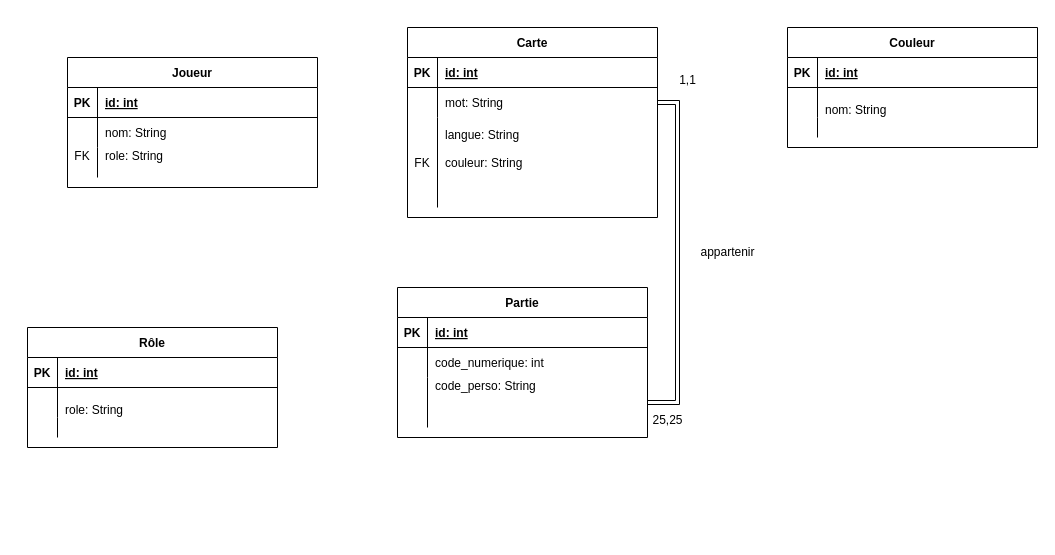
The draw.io diagram Diagramme_PolyNames.drawio in mateohubert2/PolyNames, before the edit. Source tidied: cells renumbered, new cells numbered last; positions are measured from the earlier drawing's top-left corner, leaving out a move shared by most shapes. Both pictures are drawn from the tidied source at 100%, with x=0, y=0 at pixel (27, 27).
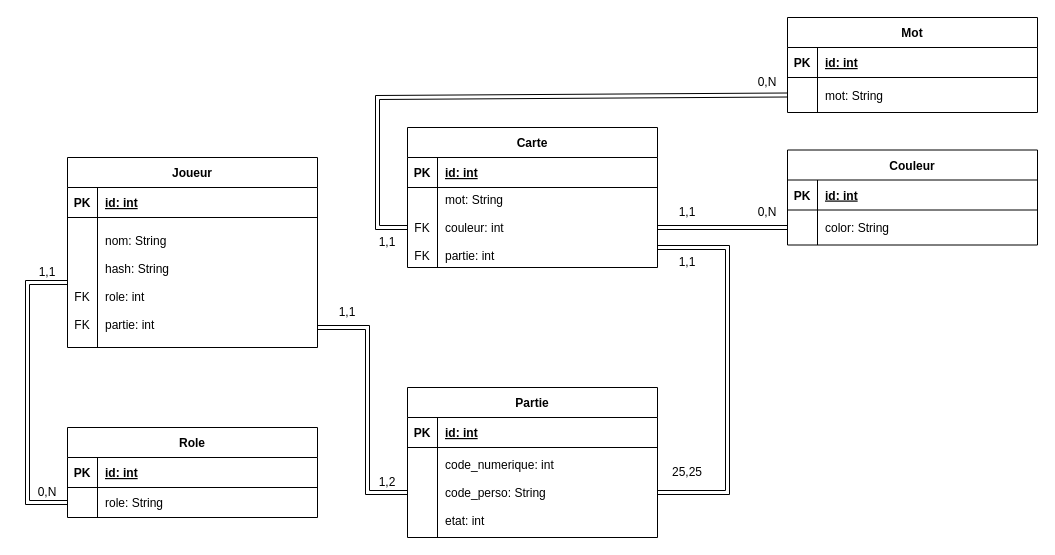
Above is the later version.

Commit message:
Modification Diagramme drawio

Unchanged cells that the change refers to:
```xml
<mxCell id="50" style="shape=partialRectangle;fillColor=none;points=[[0,0.5],[1,0.5]];portConstraint=eastwest;top=0;left=0;right=0;bottom=0;" parent="46" vertex="1">
  <mxGeometry y="60" width="250" height="30" as="geometry" />
</mxCell>
```

Diff of the diagram source:
```diff
@@
     <mxCell id="2" value="Carte" style="shape=table;startSize=30;childLayout=tableLayout;rowLines=0;fontStyle=1;align=center;" parent="1" vertex="1">
-      <mxGeometry x="380" width="250" height="190" as="geometry" />
+      <mxGeometry x="380" y="100" width="250" height="140" as="geometry" />
     </mxCell>
@@
     <mxCell id="6" style="shape=partialRectangle;fillColor=none;points=[[0,0.5],[1,0.5]];portConstraint=eastwest;top=0;left=0;right=0;bottom=0;" parent="2" vertex="1">
-      <mxGeometry y="60" width="250" height="30" as="geometry" />
+      <mxGeometry y="60" width="250" height="80" as="geometry" />
     </mxCell>
-    <mxCell id="7" style="shape=partialRectangle;overflow=hidden;fillColor=none;top=0;left=0;bottom=0;right=0;" parent="6" vertex="1">
-      <mxGeometry width="30" height="30" as="geometry" />
+    <mxCell id="7" value="&#10;&#10;FK&#10;&#10;FK" style="shape=partialRectangle;overflow=hidden;fillColor=none;top=0;left=0;bottom=0;right=0;" parent="6" vertex="1">
+      <mxGeometry width="30" height="80" as="geometry" />
     </mxCell>
-    <mxCell id="8" value="mot: String" style="shape=partialRectangle;overflow=hidden;fillColor=none;top=0;left=0;bottom=0;right=0;align=left;spacingLeft=6;" parent="6" vertex="1">
-      <mxGeometry x="30" width="220" height="30" as="geometry" />
+    <mxCell id="8" value="mot: String&#10;&#10;couleur: int&#10;&#10;partie: int" style="shape=partialRectangle;overflow=hidden;fillColor=none;top=0;left=0;bottom=0;right=0;align=left;spacingLeft=6;" parent="6" vertex="1">
+      <mxGeometry x="30" width="220" height="80" as="geometry" />
     </mxCell>
-    <mxCell id="9" style="shape=partialRectangle;fillColor=none;top=0;left=0;right=0;bottom=0;" parent="2" vertex="1">
-      <mxGeometry y="90" width="250" height="90" as="geometry" />
-    </mxCell>
-    <mxCell id="10" value="FK" style="shape=partialRectangle;overflow=hidden;fillColor=none;top=0;left=0;bottom=0;right=0;" parent="9" vertex="1">
-      <mxGeometry width="30" height="90" as="geometry" />
-    </mxCell>
-    <mxCell id="11" value="langue: String&#10;&#10;couleur: String&#10;&#10;" style="shape=partialRectangle;overflow=hidden;fillColor=none;top=0;left=0;bottom=0;right=0;align=left;spacingLeft=6;" parent="9" vertex="1">
-      <mxGeometry x="30" width="220" height="90" as="geometry" />
-    </mxCell>
     <mxCell id="12" value="Partie" style="shape=table;startSize=30;childLayout=tableLayout;rowLines=0;fontStyle=1;align=center;" parent="1" vertex="1">
-      <mxGeometry x="370" y="260" width="250" height="150" as="geometry" />
+      <mxGeometry x="380" y="360" width="250" height="150" as="geometry" />
     </mxCell>
@@
     <mxCell id="16" style="shape=partialRectangle;fillColor=none;points=[[0,0.5],[1,0.5]];portConstraint=eastwest;top=0;left=0;right=0;bottom=0;" parent="12" vertex="1">
-      <mxGeometry y="60" width="250" height="30" as="geometry" />
+      <mxGeometry y="60" width="250" height="90" as="geometry" />
     </mxCell>
     <mxCell id="17" style="shape=partialRectangle;overflow=hidden;fillColor=none;top=0;left=0;bottom=0;right=0;" parent="16" vertex="1">
-      <mxGeometry width="30" height="30" as="geometry" />
+      <mxGeometry width="30" height="90" as="geometry" />
     </mxCell>
-    <mxCell id="18" value="code_numerique: int" style="shape=partialRectangle;overflow=hidden;fillColor=none;top=0;left=0;bottom=0;right=0;align=left;spacingLeft=6;" parent="16" vertex="1">
-      <mxGeometry x="30" width="220" height="30" as="geometry" />
+    <mxCell id="18" value="code_numerique: int&#10;&#10;code_perso: String&#10;&#10;etat: int" style="shape=partialRectangle;overflow=hidden;fillColor=none;top=0;left=0;bottom=0;right=0;align=left;spacingLeft=6;" parent="16" vertex="1">
+      <mxGeometry x="30" width="220" height="90" as="geometry" />
     </mxCell>
-    <mxCell id="19" style="shape=partialRectangle;fillColor=none;points=[[0,0.5],[1,0.5]];portConstraint=eastwest;top=0;left=0;right=0;bottom=0;" parent="12" vertex="1">
-      <mxGeometry y="90" width="250" height="50" as="geometry" />
-    </mxCell>
-    <mxCell id="20" style="shape=partialRectangle;overflow=hidden;fillColor=none;top=0;left=0;bottom=0;right=0;" parent="19" vertex="1">
-      <mxGeometry width="30" height="50" as="geometry" />
-    </mxCell>
-    <mxCell id="21" value="code_perso: String&#10;&#10;&#10;&#10;&#10;" style="shape=partialRectangle;overflow=hidden;fillColor=none;top=0;left=0;bottom=0;right=0;align=left;spacingLeft=6;" parent="19" vertex="1">
-      <mxGeometry x="30" width="220" height="50" as="geometry" />
-    </mxCell>
     <mxCell id="22" value="Joueur" style="shape=table;startSize=30;childLayout=tableLayout;rowLines=0;fontStyle=1;align=center;" parent="1" vertex="1">
-      <mxGeometry x="40" y="30" width="250" height="130" as="geometry" />
+      <mxGeometry x="40" y="130" width="250" height="190" as="geometry" />
     </mxCell>
@@
     <mxCell id="26" style="shape=partialRectangle;fillColor=none;points=[[0,0.5],[1,0.5]];portConstraint=eastwest;top=0;left=0;right=0;bottom=0;" parent="22" vertex="1">
-      <mxGeometry y="60" width="250" height="30" as="geometry" />
+      <mxGeometry y="60" width="250" height="130" as="geometry" />
     </mxCell>
-    <mxCell id="27" style="shape=partialRectangle;overflow=hidden;fillColor=none;top=0;left=0;bottom=0;right=0;" parent="26" vertex="1">
-      <mxGeometry width="30" height="30" as="geometry" />
+    <mxCell id="27" value="&#10;&#10;&#10;&#10;FK&#10;&#10;FK" style="shape=partialRectangle;overflow=hidden;fillColor=none;top=0;left=0;bottom=0;right=0;" parent="26" vertex="1">
+      <mxGeometry width="30" height="130" as="geometry" />
     </mxCell>
-    <mxCell id="28" value="nom: String" style="shape=partialRectangle;overflow=hidden;fillColor=none;top=0;left=0;bottom=0;right=0;align=left;spacingLeft=6;" parent="26" vertex="1">
-      <mxGeometry x="30" width="220" height="30" as="geometry" />
+    <mxCell id="28" value="nom: String&#10;&#10;hash: String&#10;&#10;role: int&#10;&#10;partie: int" style="shape=partialRectangle;overflow=hidden;fillColor=none;top=0;left=0;bottom=0;right=0;align=left;spacingLeft=6;" parent="26" vertex="1">
+      <mxGeometry x="30" width="220" height="130" as="geometry" />
     </mxCell>
-    <mxCell id="29" style="shape=partialRectangle;fillColor=none;top=0;left=0;right=0;bottom=0;" parent="22" vertex="1">
-      <mxGeometry y="90" width="250" height="30" as="geometry" />
-    </mxCell>
-    <mxCell id="30" value="FK&#10;&#10;" style="shape=partialRectangle;overflow=hidden;fillColor=none;top=0;left=0;bottom=0;right=0;" parent="29" vertex="1">
-      <mxGeometry width="30" height="30" as="geometry" />
-    </mxCell>
-    <mxCell id="31" value="role: String&#10;&#10;" style="shape=partialRectangle;overflow=hidden;fillColor=none;top=0;left=0;bottom=0;right=0;align=left;spacingLeft=6;" parent="29" vertex="1">
-      <mxGeometry x="30" width="220" height="30" as="geometry" />
-    </mxCell>
-    <mxCell id="32" style="rounded=0;jettySize=auto;html=1;exitX=1;exitY=0.5;exitDx=0;exitDy=0;entryX=1;entryY=0.5;entryDx=0;entryDy=0;strokeColor=default;edgeStyle=orthogonalEdgeStyle;shape=link;endSize=6;startSize=6;" parent="1" edge="1" source="6" target="19">
-      <mxGeometry relative="1" as="geometry" />
-    </mxCell>
-    <mxCell id="33" value="1,1" style="text;html=1;align=center;verticalAlign=middle;strokeColor=none;fillColor=none;" parent="1" vertex="1">
-      <mxGeometry x="640" y="38" width="40" height="30" as="geometry" />
-    </mxCell>
-    <mxCell id="34" value="25,25" style="text;html=1;align=center;verticalAlign=middle;strokeColor=none;fillColor=none;" parent="1" vertex="1">
-      <mxGeometry x="615" y="378" width="50" height="30" as="geometry" />
-    </mxCell>
-    <mxCell id="35" value="appartenir" style="text;html=1;align=center;verticalAlign=middle;strokeColor=none;fillColor=none;" parent="1" vertex="1">
-      <mxGeometry x="660" y="210" width="80" height="30" as="geometry" />
-    </mxCell>
-    <mxCell id="36" value="Couleur" style="shape=table;startSize=30;childLayout=tableLayout;rowLines=0;fontStyle=1;align=center;" parent="1" vertex="1">
-      <mxGeometry x="760" width="250" height="120" as="geometry" />
-    </mxCell>
-    <mxCell id="37" style="shape=partialRectangle;fillColor=none;top=0;left=0;right=0;bottom=1;" parent="36" vertex="1">
-      <mxGeometry y="30" width="250" height="30" as="geometry" />
-    </mxCell>
-    <mxCell id="38" value="PK" style="shape=partialRectangle;overflow=hidden;fillColor=none;top=0;left=0;bottom=0;right=0;fontStyle=1;" parent="37" vertex="1">
-      <mxGeometry width="30" height="30" as="geometry" />
-    </mxCell>
-    <mxCell id="39" value="id: int" style="shape=partialRectangle;overflow=hidden;fillColor=none;top=0;left=0;bottom=0;right=0;align=left;spacingLeft=6;fontStyle=5;" parent="37" vertex="1">
-      <mxGeometry x="30" width="220" height="30" as="geometry" />
-    </mxCell>
-    <mxCell id="40" style="shape=partialRectangle;fillColor=none;top=0;left=0;right=0;bottom=0;" parent="36" vertex="1">
-      <mxGeometry y="60" width="250" height="30" as="geometry" />
-    </mxCell>
-    <mxCell id="41" style="shape=partialRectangle;overflow=hidden;fillColor=none;top=0;left=0;bottom=0;right=0;" parent="40" vertex="1">
-      <mxGeometry width="30" height="30" as="geometry" />
-    </mxCell>
-    <mxCell id="42" value="&#10;nom: String" style="shape=partialRectangle;overflow=hidden;fillColor=none;top=0;left=0;bottom=0;right=0;align=left;spacingLeft=6;" parent="40" vertex="1">
-      <mxGeometry x="30" width="220" height="30" as="geometry" />
-    </mxCell>
-    <mxCell id="43" style="shape=partialRectangle;fillColor=none;top=0;left=0;right=0;bottom=0;" parent="36" vertex="1">
-      <mxGeometry y="90" width="250" height="20" as="geometry" />
-    </mxCell>
-    <mxCell id="44" style="shape=partialRectangle;overflow=hidden;fillColor=none;top=0;left=0;bottom=0;right=0;" parent="43" vertex="1">
-      <mxGeometry width="30" height="20" as="geometry" />
-    </mxCell>
-    <mxCell id="45" value="&#10;" style="shape=partialRectangle;overflow=hidden;fillColor=none;top=0;left=0;bottom=0;right=0;align=left;spacingLeft=6;" parent="43" vertex="1">
-      <mxGeometry x="30" width="220" height="20" as="geometry" />
-    </mxCell>
-    <mxCell id="46" value="Rôle" style="shape=table;startSize=30;childLayout=tableLayout;rowLines=0;fontStyle=1;align=center;" parent="1" vertex="1">
-      <mxGeometry y="300" width="250" height="120" as="geometry" />
+    <mxCell id="46" value="Role" style="shape=table;startSize=30;childLayout=tableLayout;rowLines=0;fontStyle=1;align=center;" parent="1" vertex="1">
+      <mxGeometry x="40" y="400" width="250" height="90" as="geometry" />
     </mxCell>
@@
-    <mxCell id="52" value="&#10;role: String" style="shape=partialRectangle;overflow=hidden;fillColor=none;top=0;left=0;bottom=0;right=0;align=left;spacingLeft=6;" parent="50" vertex="1">
+    <mxCell id="52" value="role: String" style="shape=partialRectangle;overflow=hidden;fillColor=none;top=0;left=0;bottom=0;right=0;align=left;spacingLeft=6;" parent="50" vertex="1">
       <mxGeometry x="30" width="220" height="30" as="geometry" />
     </mxCell>
-    <mxCell id="53" style="shape=partialRectangle;fillColor=none;top=0;left=0;right=0;bottom=0;" parent="46" vertex="1">
-      <mxGeometry y="90" width="250" height="20" as="geometry" />
-    </mxCell>
-    <mxCell id="54" style="shape=partialRectangle;overflow=hidden;fillColor=none;top=0;left=0;bottom=0;right=0;" parent="53" vertex="1">
-      <mxGeometry width="30" height="20" as="geometry" />
-    </mxCell>
-    <mxCell id="55" value="&#10;" style="shape=partialRectangle;overflow=hidden;fillColor=none;top=0;left=0;bottom=0;right=0;align=left;spacingLeft=6;" parent="53" vertex="1">
-      <mxGeometry x="30" width="220" height="20" as="geometry" />
-    </mxCell>
+    <mxCell id="56" value="Mot" style="shape=table;startSize=30;childLayout=tableLayout;rowLines=0;fontStyle=1;align=center;" parent="1" vertex="1">
+      <mxGeometry x="760" y="-10" width="250" height="95" as="geometry" />
+    </mxCell>
+    <mxCell id="57" style="shape=partialRectangle;fillColor=none;top=0;left=0;right=0;bottom=1;" parent="56" vertex="1">
+      <mxGeometry y="30" width="250" height="30" as="geometry" />
+    </mxCell>
+    <mxCell id="58" value="PK" style="shape=partialRectangle;overflow=hidden;fillColor=none;top=0;left=0;bottom=0;right=0;fontStyle=1;" parent="57" vertex="1">
+      <mxGeometry width="30" height="30" as="geometry" />
+    </mxCell>
+    <mxCell id="59" value="id: int" style="shape=partialRectangle;overflow=hidden;fillColor=none;top=0;left=0;bottom=0;right=0;align=left;spacingLeft=6;fontStyle=5;" parent="57" vertex="1">
+      <mxGeometry x="30" width="220" height="30" as="geometry" />
+    </mxCell>
+    <mxCell id="60" style="shape=partialRectangle;fillColor=none;points=[[0,0.5],[1,0.5]];portConstraint=eastwest;top=0;left=0;right=0;bottom=0;" parent="56" vertex="1">
+      <mxGeometry y="60" width="250" height="35" as="geometry" />
+    </mxCell>
+    <mxCell id="61" style="shape=partialRectangle;overflow=hidden;fillColor=none;top=0;left=0;bottom=0;right=0;" parent="60" vertex="1">
+      <mxGeometry width="30" height="35" as="geometry" />
+    </mxCell>
+    <mxCell id="62" value="mot: String" style="shape=partialRectangle;overflow=hidden;fillColor=none;top=0;left=0;bottom=0;right=0;align=left;spacingLeft=6;" parent="60" vertex="1">
+      <mxGeometry x="30" width="220" height="35" as="geometry" />
+    </mxCell>
+    <mxCell id="36" value="Couleur" style="shape=table;startSize=30;childLayout=tableLayout;rowLines=0;fontStyle=1;align=center;" parent="1" vertex="1">
+      <mxGeometry x="760" y="122.5" width="250" height="95" as="geometry" />
+    </mxCell>
+    <mxCell id="63" style="shape=partialRectangle;fillColor=none;top=0;left=0;right=0;bottom=1;" parent="36" vertex="1">
+      <mxGeometry y="30" width="250" height="30" as="geometry" />
+    </mxCell>
+    <mxCell id="64" value="PK" style="shape=partialRectangle;overflow=hidden;fillColor=none;top=0;left=0;bottom=0;right=0;fontStyle=1;" parent="63" vertex="1">
+      <mxGeometry width="30" height="30" as="geometry" />
+    </mxCell>
+    <mxCell id="65" value="id: int" style="shape=partialRectangle;overflow=hidden;fillColor=none;top=0;left=0;bottom=0;right=0;align=left;spacingLeft=6;fontStyle=5;" parent="63" vertex="1">
+      <mxGeometry x="30" width="220" height="30" as="geometry" />
+    </mxCell>
+    <mxCell id="66" style="shape=partialRectangle;fillColor=none;points=[[0,0.5],[1,0.5]];portConstraint=eastwest;top=0;left=0;right=0;bottom=0;" parent="36" vertex="1">
+      <mxGeometry y="60" width="250" height="35" as="geometry" />
+    </mxCell>
+    <mxCell id="67" style="shape=partialRectangle;overflow=hidden;fillColor=none;top=0;left=0;bottom=0;right=0;" parent="66" vertex="1">
+      <mxGeometry width="30" height="35" as="geometry" />
+    </mxCell>
+    <mxCell id="68" value="color: String" style="shape=partialRectangle;overflow=hidden;fillColor=none;top=0;left=0;bottom=0;right=0;align=left;spacingLeft=6;" parent="66" vertex="1">
+      <mxGeometry x="30" width="220" height="35" as="geometry" />
+    </mxCell>
+    <mxCell id="69" style="shape=link;html=1;rounded=0;entryX=1;entryY=0.5;entryDx=0;entryDy=0;" parent="1" edge="1" target="16">
+      <mxGeometry relative="1" as="geometry">
+        <mxPoint x="630" y="220" as="sourcePoint" />
+        <Array as="points">
+          <mxPoint x="700" y="220" />
+          <mxPoint x="700" y="465" />
+        </Array>
+      </mxGeometry>
+    </mxCell>
+    <mxCell id="70" value="1,1" style="text;html=1;align=center;verticalAlign=middle;whiteSpace=wrap;rounded=0;" parent="1" vertex="1">
+      <mxGeometry x="630" y="220" width="60" height="30" as="geometry" />
+    </mxCell>
+    <mxCell id="34" value="25,25" style="text;html=1;align=center;verticalAlign=middle;whiteSpace=wrap;rounded=0;" parent="1" vertex="1">
+      <mxGeometry x="630" y="430" width="60" height="30" as="geometry" />
+    </mxCell>
+    <mxCell id="71" style="shape=link;html=1;rounded=0;exitX=1;exitY=0.5;exitDx=0;exitDy=0;entryX=0;entryY=0.5;entryDx=0;entryDy=0;" parent="1" edge="1" source="6" target="66">
+      <mxGeometry relative="1" as="geometry" />
+    </mxCell>
+    <mxCell id="72" value="1,1" style="text;html=1;align=center;verticalAlign=middle;whiteSpace=wrap;rounded=0;" parent="1" vertex="1">
+      <mxGeometry x="630" y="170" width="60" height="30" as="geometry" />
+    </mxCell>
+    <mxCell id="73" value="0,N" style="text;html=1;align=center;verticalAlign=middle;whiteSpace=wrap;rounded=0;" parent="1" vertex="1">
+      <mxGeometry x="710" y="170" width="60" height="30" as="geometry" />
+    </mxCell>
+    <mxCell id="74" style="shape=link;html=1;rounded=0;entryX=0;entryY=0.5;entryDx=0;entryDy=0;" parent="1" edge="1" target="16">
+      <mxGeometry relative="1" as="geometry">
+        <mxPoint x="290" y="300" as="sourcePoint" />
+        <Array as="points">
+          <mxPoint x="340" y="300" />
+          <mxPoint x="340" y="465" />
+        </Array>
+      </mxGeometry>
+    </mxCell>
+    <mxCell id="75" value="1,1" style="text;html=1;align=center;verticalAlign=middle;whiteSpace=wrap;rounded=0;" parent="1" vertex="1">
+      <mxGeometry x="290" y="270" width="60" height="30" as="geometry" />
+    </mxCell>
+    <mxCell id="76" value="1,2" style="text;html=1;align=center;verticalAlign=middle;whiteSpace=wrap;rounded=0;" parent="1" vertex="1">
+      <mxGeometry x="330" y="440" width="60" height="30" as="geometry" />
+    </mxCell>
+    <mxCell id="77" style="shape=link;html=1;rounded=0;exitX=0;exitY=0.5;exitDx=0;exitDy=0;entryX=0;entryY=0.5;entryDx=0;entryDy=0;" parent="1" edge="1" source="26" target="50">
+      <mxGeometry relative="1" as="geometry">
+        <Array as="points">
+          <mxPoint y="255" />
+          <mxPoint y="475" />
+        </Array>
+      </mxGeometry>
+    </mxCell>
+    <mxCell id="78" value="1,1" style="text;html=1;align=center;verticalAlign=middle;whiteSpace=wrap;rounded=0;" parent="1" vertex="1">
+      <mxGeometry x="-10" y="230" width="60" height="30" as="geometry" />
+    </mxCell>
+    <mxCell id="79" value="0,N" style="text;html=1;align=center;verticalAlign=middle;whiteSpace=wrap;rounded=0;" parent="1" vertex="1">
+      <mxGeometry x="-10" y="450" width="60" height="30" as="geometry" />
+    </mxCell>
+    <mxCell id="80" style="shape=link;html=1;rounded=0;exitX=0;exitY=0.5;exitDx=0;exitDy=0;entryX=0;entryY=0.5;entryDx=0;entryDy=0;" parent="1" edge="1" source="6" target="60">
+      <mxGeometry relative="1" as="geometry">
+        <Array as="points">
+          <mxPoint x="350" y="200" />
+          <mxPoint x="350" y="70" />
+        </Array>
+      </mxGeometry>
+    </mxCell>
+    <mxCell id="81" value="1,1" style="text;html=1;align=center;verticalAlign=middle;whiteSpace=wrap;rounded=0;" parent="1" vertex="1">
+      <mxGeometry x="330" y="200" width="60" height="30" as="geometry" />
+    </mxCell>
+    <mxCell id="82" value="0,N" style="text;html=1;align=center;verticalAlign=middle;whiteSpace=wrap;rounded=0;" parent="1" vertex="1">
+      <mxGeometry x="710" y="40" width="60" height="30" as="geometry" />
+    </mxCell>
```
